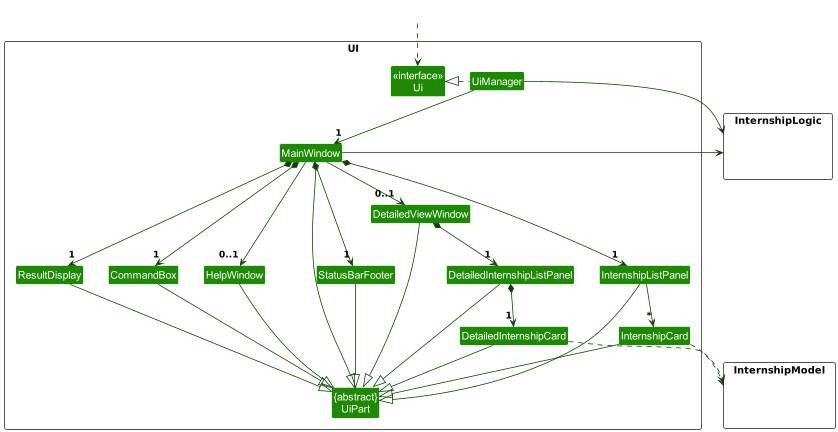
Before: docs/images/UiClassDiagram.png, a diagram exported from PlantUML (theman-oj10/CareerSync).
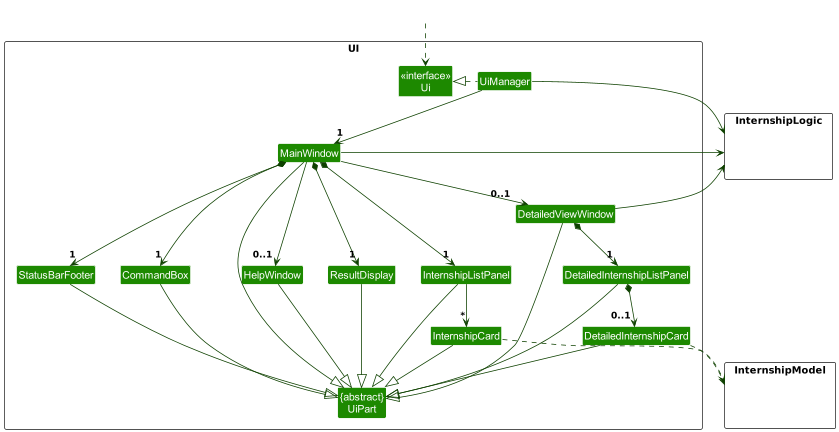
The same diagram one commit later.

What changed in the source:
```diff
@@ -40,7 +40,7 @@
 MainWindow --> "0..1" HelpWindow
 MainWindow --> "0..1" DetailedViewWindow
 DetailedViewWindow *-down-> "1" DetailedInternshipListPanel
-DetailedInternshipListPanel *-down-> "1" DetailedInternshipCard
+DetailedInternshipListPanel *-down-> "0..1" DetailedInternshipCard
 
 InternshipListPanel -down-> "*" InternshipCard
 
@@ -60,6 +60,7 @@
 DetailedInternshipCard ..> InternshipModel
 UiManager -right-> InternshipLogic
 MainWindow -left-> InternshipLogic
+DetailedViewWindow --> InternshipLogic
 
 InternshipListPanel -[hidden]left- HelpWindow
 HelpWindow -[hidden]left- CommandBox
```
